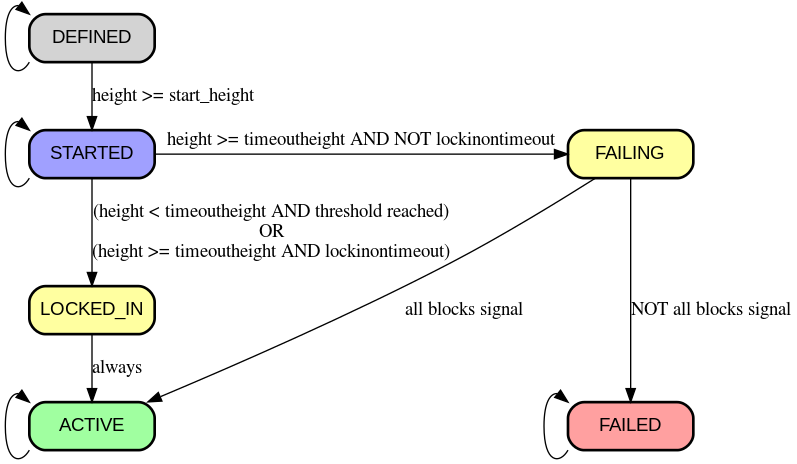
Earlier version of the Graphviz export bip-0008/states.png (bitcoin/bips). Its source is kept beside it as bip-0008/states.dot. The source it was exported from:
```dot
digraph {
  rankdir=TD;

  node  [style="rounded,filled,bold", shape=box, fixedsize=true, width=1.3, fontname="Arial"];

  edge [weight = 100];
  "DEFINED" -> "STARTED" [label="height >= start_height"];
  "STARTED" -> "FAILING" [label="height >= timeoutheight AND NOT lockinontimeout"];
  "STARTED" -> "LOCKED_IN" [label="(height < timeoutheight AND threshold reached)\nOR\n(height >= timeoutheight AND lockinontimeout)"];
  "LOCKED_IN" -> "ACTIVE" [label="always"];
  "FAILING" -> "FAILED" [label="NOT all blocks signal"];

  edge [weight = 1];
  "FAILING" -> "ACTIVE" [label="all blocks signal"];

  "DEFINED":sw -> "DEFINED":nw;
  "STARTED":sw -> "STARTED":nw;
  "ACTIVE":sw -> "ACTIVE":nw;
  "FAILED":sw -> "FAILED":nw;

  "STARTED" [fillcolor="#a0a0ff"];

  "FAILING"   [fillcolor="#ffffa0"];
  "LOCKED_IN" [fillcolor="#ffffa0"];
  "ACTIVE" [fillcolor="#a0ffa0", shape=box];
  "FAILED" [fillcolor="#ffa0a0", shape=box];

  "ACTIVE" -> "FAILED" [style=invis];

  { rank=same; "STARTED" "FAILING" }
  { rank=sink; "ACTIVE" "FAILED" }
}
```
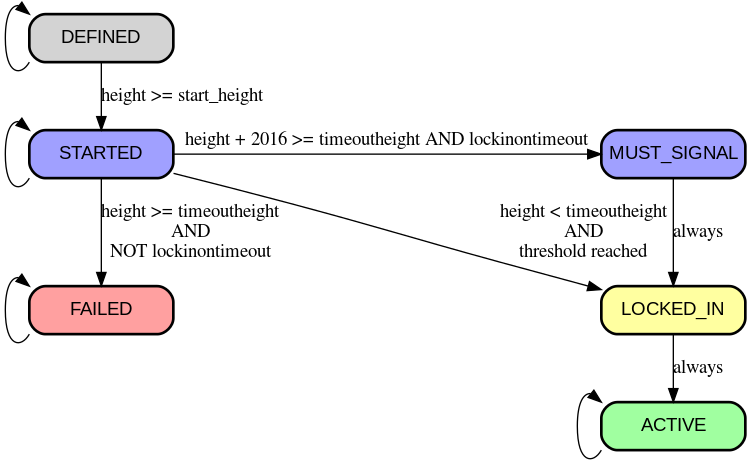
The same diagram one commit later.

Commit message:
BIP8: replace FAILING with MUST_SIGNAL

Diff of the diagram source:
```diff
@@ -1,17 +1,19 @@
 digraph {
   rankdir=TD;
 
-  node  [style="rounded,filled,bold", shape=box, fixedsize=true, width=1.3, fontname="Arial"];
+  node [style="rounded,filled,bold", shape=box, fixedsize=true, width=1.5, fontname="Arial"];
 
   edge [weight = 100];
   "DEFINED" -> "STARTED" [label="height >= start_height"];
-  "STARTED" -> "FAILING" [label="height >= timeoutheight AND NOT lockinontimeout"];
-  "STARTED" -> "LOCKED_IN" [label="(height < timeoutheight AND threshold reached)\nOR\n(height >= timeoutheight AND lockinontimeout)"];
+  "STARTED" -> "MUST_SIGNAL" [label="height + 2016 >= timeoutheight AND lockinontimeout"];
+  "STARTED" -> "FAILED" [label="height >= timeoutheight\nAND\nNOT lockinontimeout"];
   "LOCKED_IN" -> "ACTIVE" [label="always"];
-  "FAILING" -> "FAILED" [label="NOT all blocks signal"];
+  "MUST_SIGNAL" -> "LOCKED_IN" [label="always"];
 
   edge [weight = 1];
-  "FAILING" -> "ACTIVE" [label="all blocks signal"];
+  "STARTED" -> "LOCKED_IN" [label="height < timeoutheight\nAND\nthreshold reached"];
+
+  "FAILED" -> "LOCKED_IN" [style=invis];
 
   "DEFINED":sw -> "DEFINED":nw;
   "STARTED":sw -> "STARTED":nw;
@@ -19,14 +21,12 @@
   "FAILED":sw -> "FAILED":nw;
 
   "STARTED" [fillcolor="#a0a0ff"];
+  "MUST_SIGNAL" [fillcolor="#a0a0ff"];
+  "LOCKED_IN" [fillcolor="#ffffa0"];
+  "ACTIVE" [fillcolor="#a0ffa0"];
+  "FAILED" [fillcolor="#ffa0a0"];
 
-  "FAILING"   [fillcolor="#ffffa0"];
-  "LOCKED_IN" [fillcolor="#ffffa0"];
-  "ACTIVE" [fillcolor="#a0ffa0", shape=box];
-  "FAILED" [fillcolor="#ffa0a0", shape=box];
-
-  "ACTIVE" -> "FAILED" [style=invis];
-
-  { rank=same; "STARTED" "FAILING" }
-  { rank=sink; "ACTIVE" "FAILED" }
+  { rank=same; "STARTED" "MUST_SIGNAL" }
+  { rank=same; "FAILED" "LOCKED_IN" }
+  { rank=sink; "ACTIVE" }
 }
```
